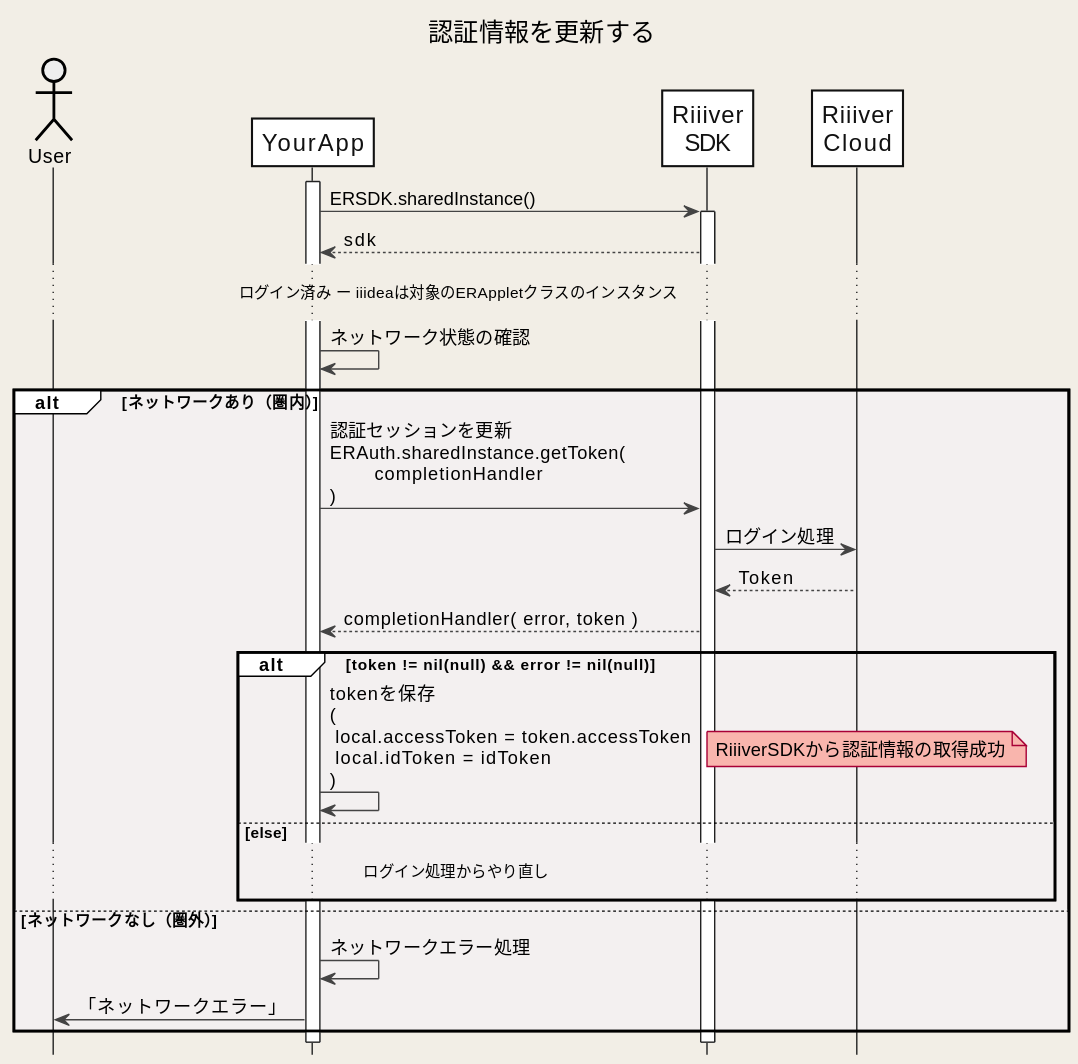
Above: images/Android/ja/Sequences/updateToken.svg in CitizenWatch/RiiiverResources (PlantUML), before the change.
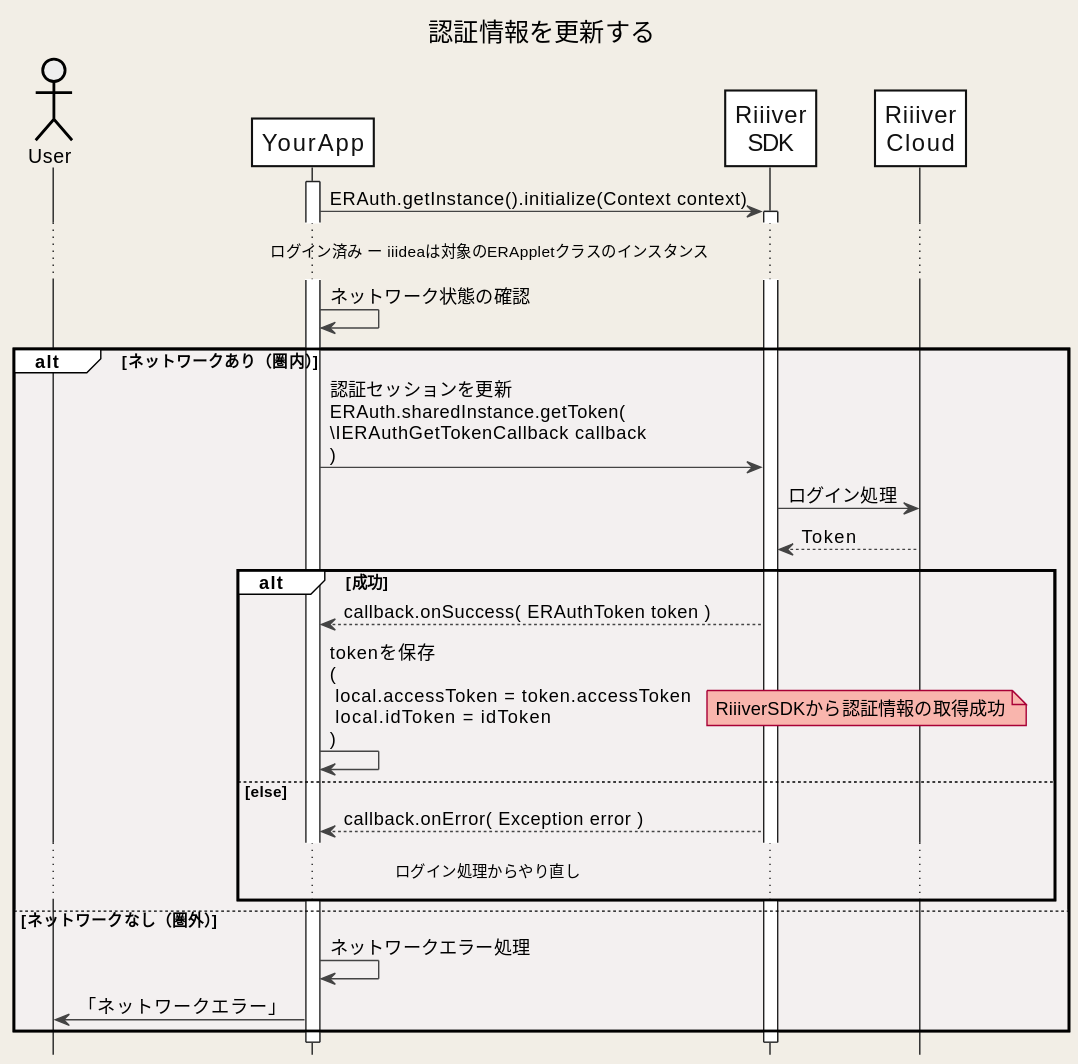
After the change.

What changed in the source:
```diff
@@ -35,22 +35,22 @@
 
 activate App
 
-App -> ERSDK: ERSDK.sharedInstance()
+App -> ERSDK: ERAuth.getInstance().initialize(Context context)
 activate ERSDK
-App <-- ERSDK: sdk
 
 ... ログイン済み ー iiideaは対象のERAppletクラスのインスタンス...
 
 App -> App: ネットワーク状態の確認
 alt ネットワークあり（圏内）
-    App -> ERSDK: 認証セッションを更新\nERAuth.sharedInstance.getToken(\n\tcompletionHandler\n)
+    App -> ERSDK: 認証セッションを更新\nERAuth.sharedInstance.getToken(\n\IERAuthGetTokenCallback callback\n)
     ERSDK -> Riiiver: ログイン処理
     ERSDK <-- Riiiver: Token
-    App <-- ERSDK: completionHandler( error, token )
-    alt token != nil(null) && error != nil(null)
+    alt 成功
+    App <-- ERSDK: callback.onSuccess( ERAuthToken token )
         App -> App: tokenを保存\n(\n local.accessToken = token.accessToken\n local.idToken = idToken\n)
         note right: RiiiverSDKから認証情報の取得成功
     else else
+    App <-- ERSDK: callback.onError( Exception error )
         ... ログイン処理からやり直し ...
     end
 else ネットワークなし（圏外）
```
